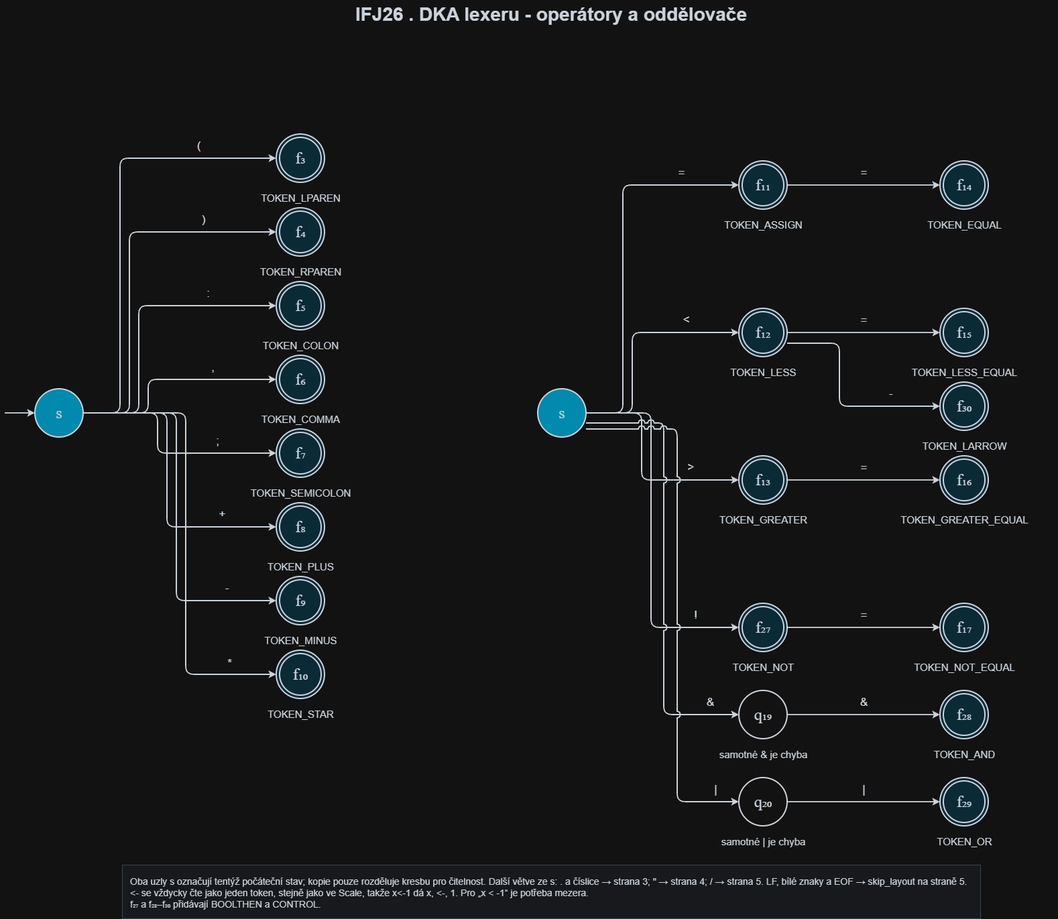
tadeas-z/ifj keeps this draw.io diagram as docs/documentation/lexer/IFJ26_DKA_lexer_2_operatory.png. Above is the earlier version. Source tidied: cells renumbered, new cells last; positions are measured from the earlier drawing's top-left corner, leaving out a move shared by most shapes.
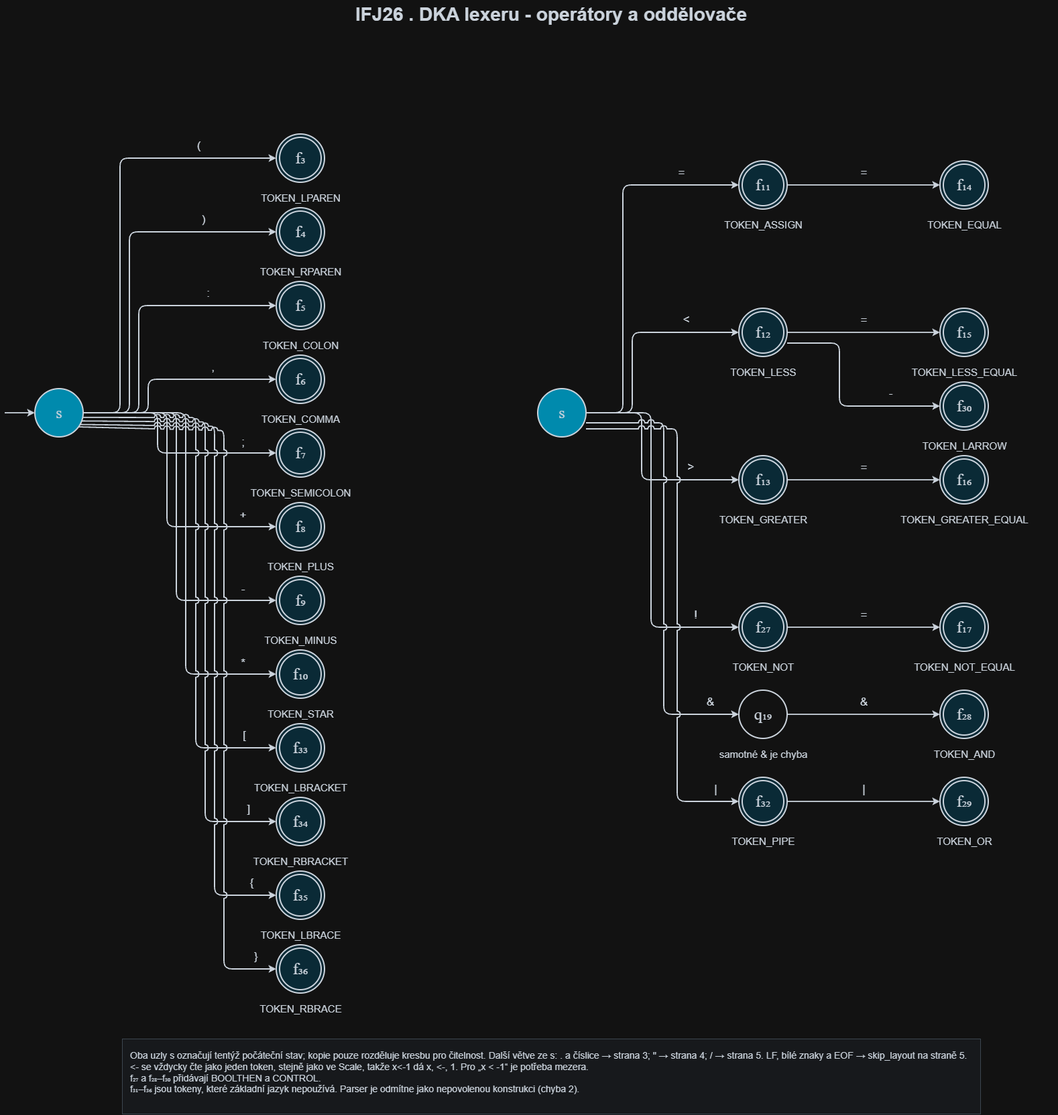
Later version of the same file.

Commit message:
fix(lexer): emit _ | [ ] { } as tokens for syntax error 2

Change to the diagram source:
```diff
@@ -80,12 +80,11 @@
       <mxGeometry x="345" y="722" width="192" height="48" as="geometry" />
     </mxCell>
     <mxCell id="19" value=";" style="endArrow=classic;endFill=1;html=1;rounded=1;strokeWidth=1.8;strokeColor=#17212b;fontColor=#17212b;fontFamily=Arial;fontSize=17;labelBackgroundColor=none;arcSize=24;edgeStyle=none;orthogonal=1;curved=0;align=center;verticalAlign=middle;labelBorderColor=none;whiteSpace=nowrap;spacing=2;labelWidth=65;overflow=visible;exitX=1;exitY=0.5;entryX=0;entryY=0.5;exitPerimeter=1;entryPerimeter=1;" parent="1" edge="1" source="3" target="17">
-      <mxGeometry x="0.49" relative="1" as="geometry">
+      <mxGeometry x="0.71" y="16" relative="1" as="geometry">
         <Array as="points">
           <mxPoint x="228" y="616" />
           <mxPoint x="228" y="676" />
         </Array>
-        <mxPoint y="-18" as="offset" />
       </mxGeometry>
     </mxCell>
     <mxCell id="20" value="f₈" style="ellipse;whiteSpace=wrap;html=1;fillColor=#ccf1ff;strokeColor=#17212b;strokeWidth=2;fontFamily=Times New Roman;fontSize=24;fontColor=#17212b;shape=doubleEllipse;overflow=hidden;align=center;verticalAlign=middle;spacing=4;" parent="1" vertex="1">
@@ -95,12 +94,11 @@
       <mxGeometry x="345" y="832" width="192" height="48" as="geometry" />
     </mxCell>
     <mxCell id="22" value="+" style="endArrow=classic;endFill=1;html=1;rounded=1;strokeWidth=1.8;strokeColor=#17212b;fontColor=#17212b;fontFamily=Arial;fontSize=17;labelBackgroundColor=none;arcSize=24;edgeStyle=none;orthogonal=1;curved=0;align=center;verticalAlign=middle;labelBorderColor=none;whiteSpace=nowrap;spacing=2;labelWidth=65;overflow=visible;exitX=1;exitY=0.5;entryX=0;entryY=0.5;exitPerimeter=1;entryPerimeter=1;" parent="1" edge="1" source="3" target="20">
-      <mxGeometry x="0.64" relative="1" as="geometry">
+      <mxGeometry x="0.78" y="16" relative="1" as="geometry">
         <Array as="points">
           <mxPoint x="242" y="616" />
           <mxPoint x="242" y="786" />
         </Array>
-        <mxPoint y="-18" as="offset" />
       </mxGeometry>
     </mxCell>
     <mxCell id="23" value="f₉" style="ellipse;whiteSpace=wrap;html=1;fillColor=#ccf1ff;strokeColor=#17212b;strokeWidth=2;fontFamily=Times New Roman;fontSize=24;fontColor=#17212b;shape=doubleEllipse;overflow=hidden;align=center;verticalAlign=middle;spacing=4;" parent="1" vertex="1">
@@ -110,12 +108,11 @@
       <mxGeometry x="345" y="942" width="192" height="48" as="geometry" />
     </mxCell>
     <mxCell id="25" value="-" style="endArrow=classic;endFill=1;html=1;rounded=1;strokeWidth=1.8;strokeColor=#17212b;fontColor=#17212b;fontFamily=Arial;fontSize=17;labelBackgroundColor=none;arcSize=24;edgeStyle=none;orthogonal=1;curved=0;align=center;verticalAlign=middle;labelBorderColor=none;whiteSpace=nowrap;spacing=2;labelWidth=65;overflow=visible;exitX=1;exitY=0.5;entryX=0;entryY=0.5;exitPerimeter=1;entryPerimeter=1;" parent="1" edge="1" source="3" target="23">
-      <mxGeometry x="0.74" relative="1" as="geometry">
+      <mxGeometry x="0.82" y="16" relative="1" as="geometry">
         <Array as="points">
           <mxPoint x="256" y="616" />
           <mxPoint x="256" y="896" />
         </Array>
-        <mxPoint y="-18" as="offset" />
       </mxGeometry>
     </mxCell>
     <mxCell id="26" value="f₁₀" style="ellipse;whiteSpace=wrap;html=1;fillColor=#ccf1ff;strokeColor=#17212b;strokeWidth=2;fontFamily=Times New Roman;fontSize=24;fontColor=#17212b;shape=doubleEllipse;overflow=hidden;align=center;verticalAlign=middle;spacing=4;" parent="1" vertex="1">
@@ -125,7 +122,7 @@
       <mxGeometry x="345" y="1052" width="192" height="48" as="geometry" />
     </mxCell>
     <mxCell id="28" value="*" style="endArrow=classic;endFill=1;html=1;rounded=1;strokeWidth=1.8;strokeColor=#17212b;fontColor=#17212b;fontFamily=Arial;fontSize=17;labelBackgroundColor=none;arcSize=24;edgeStyle=none;orthogonal=1;curved=0;align=center;verticalAlign=middle;labelBorderColor=none;whiteSpace=nowrap;spacing=2;labelWidth=65;overflow=visible;exitX=1;exitY=0.5;entryX=0;entryY=0.5;exitPerimeter=1;entryPerimeter=1;" parent="1" edge="1" source="3" target="26">
-      <mxGeometry x="0.79" y="16" relative="1" as="geometry">
+      <mxGeometry x="0.85" y="16" relative="1" as="geometry">
         <Array as="points">
           <mxPoint x="270" y="616" />
           <mxPoint x="270" y="1006" />
@@ -236,8 +233,8 @@
         <mxPoint y="-18" as="offset" />
       </mxGeometry>
     </mxCell>
-    <mxCell id="53" value="Oba uzly s označují tentýž počáteční stav; kopie pouze rozděluje kresbu pro čitelnost. Další větve ze s: . a číslice → strana 3; &amp;quot; → strana 4; / → strana 5. LF, bílé znaky a EOF → skip_layout na straně 5.&lt;br&gt;&amp;lt;- se vždycky čte jako jeden token, stejně jako ve Scale, takže x&amp;lt;-1 dá x, &amp;lt;-, 1. Pro „x &amp;lt; -1“ je potřeba mezera.&lt;br&gt;f₂₇ a f₂₈–f₃₀ přidávají BOOLTHEN a CONTROL." style="text;html=1;whiteSpace=wrap;align=left;verticalAlign=top;fontFamily=Arial;fontSize=14;fontColor=#17212b;fillColor=#f4f7fa;strokeColor=#bac6d0;spacing=12;overflow=hidden;" parent="1" vertex="1">
-      <mxGeometry x="175" y="1290" width="1280" height="80" as="geometry" />
+    <mxCell id="53" value="Oba uzly s označují tentýž počáteční stav; kopie pouze rozděluje kresbu pro čitelnost. Další větve ze s: . a číslice → strana 3; &amp;quot; → strana 4; / → strana 5. LF, bílé znaky a EOF → skip_layout na straně 5.&lt;br&gt;&amp;lt;- se vždycky čte jako jeden token, stejně jako ve Scale, takže x&amp;lt;-1 dá x, &amp;lt;-, 1. Pro „x &amp;lt; -1“ je potřeba mezera.&lt;br&gt;f₂₇ a f₂₈–f₃₀ přidávají BOOLTHEN a CONTROL.&lt;br&gt;f₃₁–f₃₆ jsou tokeny, které základní jazyk nepoužívá. Parser je odmítne jako nepovolenou konstrukci (chyba 2)." style="text;html=1;whiteSpace=wrap;align=left;verticalAlign=top;fontFamily=Arial;fontSize=14;fontColor=#17212b;fillColor=#f4f7fa;strokeColor=#bac6d0;spacing=12;overflow=hidden;" parent="1" vertex="1">
+      <mxGeometry x="175" y="1550" width="1280" height="112" as="geometry" />
     </mxCell>
     <mxCell id="54" value="s" style="ellipse;whiteSpace=wrap;html=1;fillColor=#00bfe8;strokeColor=#17212b;strokeWidth=2;fontFamily=Times New Roman;fontSize=24;fontColor=#17212b;overflow=hidden;align=center;verticalAlign=middle;spacing=4;" parent="1" vertex="1">
       <mxGeometry x="795" y="580" width="72" height="72" as="geometry" />
@@ -268,10 +265,10 @@
         <mxPoint y="-18" as="offset" />
       </mxGeometry>
     </mxCell>
-    <mxCell id="61" value="q₂₀" style="ellipse;whiteSpace=wrap;html=1;fillColor=#ffffff;strokeColor=#17212b;strokeWidth=2;fontFamily=Times New Roman;fontSize=24;fontColor=#17212b;overflow=hidden;align=center;verticalAlign=middle;spacing=4;" parent="1" vertex="1">
-      <mxGeometry x="1095" y="1160" width="72" height="72" as="geometry" />
-    </mxCell>
+    <mxCell id="70" value="f₃₂" style="ellipse;whiteSpace=wrap;html=1;fillColor=#ccf1ff;strokeColor=#17212b;strokeWidth=2;fontFamily=Times New Roman;fontSize=24;fontColor=#17212b;shape=doubleEllipse;overflow=hidden;align=center;verticalAlign=middle;spacing=4;" parent="1" vertex="1">
+      <mxGeometry x="1095" y="1160" width="72" height="72" as="geometry" />
+    </mxCell>
-    <mxCell id="62" value="samotné | je chyba" style="text;html=1;whiteSpace=nowrap;align=center;verticalAlign=top;fontFamily=Arial;fontSize=15;fontColor=#17212b;overflow=visible;spacing=0;" parent="1" vertex="1">
+    <mxCell id="62" value="TOKEN_PIPE" style="text;html=1;whiteSpace=nowrap;align=center;verticalAlign=top;fontFamily=Arial;fontSize=15;fontColor=#17212b;overflow=visible;spacing=0;" parent="1" vertex="1">
       <mxGeometry x="1035" y="1242" width="192" height="48" as="geometry" />
     </mxCell>
     <mxCell id="63" value="f₂₉" style="ellipse;whiteSpace=wrap;html=1;fillColor=#ccf1ff;strokeColor=#17212b;strokeWidth=2;fontFamily=Times New Roman;fontSize=24;fontColor=#17212b;shape=doubleEllipse;overflow=hidden;align=center;verticalAlign=middle;spacing=4;" parent="1" vertex="1">
@@ -280,7 +277,7 @@
     <mxCell id="64" value="TOKEN_OR" style="text;html=1;whiteSpace=nowrap;align=center;verticalAlign=top;fontFamily=Arial;fontSize=15;fontColor=#17212b;overflow=visible;spacing=0;" parent="1" vertex="1">
       <mxGeometry x="1335" y="1242" width="192" height="48" as="geometry" />
     </mxCell>
-    <mxCell id="65" value="|" style="endArrow=classic;endFill=1;html=1;rounded=1;strokeWidth=1.8;strokeColor=#17212b;fontColor=#17212b;fontFamily=Arial;fontSize=17;labelBackgroundColor=none;arcSize=24;edgeStyle=none;orthogonal=1;curved=0;align=center;verticalAlign=middle;labelBorderColor=none;whiteSpace=nowrap;spacing=2;labelWidth=65;overflow=visible;exitX=1;exitY=0.8333333333333334;entryX=0;entryY=0.5;exitPerimeter=0;entryPerimeter=1;jumpStyle=arc;jumpSize=8;" parent="1" edge="1" source="54" target="61">
+    <mxCell id="65" value="|" style="endArrow=classic;endFill=1;html=1;rounded=1;strokeWidth=1.8;strokeColor=#17212b;fontColor=#17212b;fontFamily=Arial;fontSize=17;labelBackgroundColor=none;arcSize=24;edgeStyle=none;orthogonal=1;curved=0;align=center;verticalAlign=middle;labelBorderColor=none;whiteSpace=nowrap;spacing=2;labelWidth=65;overflow=visible;exitX=1;exitY=0.8333333333333334;entryX=0;entryY=0.5;exitPerimeter=0;entryPerimeter=1;jumpStyle=arc;jumpSize=8;" parent="1" edge="1" source="54" target="70">
       <mxGeometry x="0.91" relative="1" as="geometry">
         <Array as="points">
           <mxPoint x="1003" y="640" />
@@ -289,7 +286,7 @@
         <mxPoint y="-18" as="offset" />
       </mxGeometry>
     </mxCell>
-    <mxCell id="66" value="|" style="endArrow=classic;endFill=1;html=1;rounded=1;strokeWidth=1.8;strokeColor=#17212b;fontColor=#17212b;fontFamily=Arial;fontSize=17;labelBackgroundColor=none;arcSize=24;edgeStyle=none;orthogonal=1;curved=0;align=center;verticalAlign=middle;labelBorderColor=none;whiteSpace=nowrap;spacing=2;labelWidth=65;overflow=visible;exitX=1;exitY=0.5;entryX=0;entryY=0.5;exitPerimeter=1;entryPerimeter=1;" parent="1" edge="1" source="61" target="63">
+    <mxCell id="66" value="|" style="endArrow=classic;endFill=1;html=1;rounded=1;strokeWidth=1.8;strokeColor=#17212b;fontColor=#17212b;fontFamily=Arial;fontSize=17;labelBackgroundColor=none;arcSize=24;edgeStyle=none;orthogonal=1;curved=0;align=center;verticalAlign=middle;labelBorderColor=none;whiteSpace=nowrap;spacing=2;labelWidth=65;overflow=visible;exitX=1;exitY=0.5;entryX=0;entryY=0.5;exitPerimeter=1;entryPerimeter=1;" parent="1" edge="1" source="70" target="63">
       <mxGeometry relative="1" as="geometry">
         <mxPoint y="-18" as="offset" />
       </mxGeometry>
@@ -309,5 +306,65 @@
         <mxPoint y="-18" as="offset" />
       </mxGeometry>
     </mxCell>
+    <mxCell id="71" value="f₃₃" style="ellipse;whiteSpace=wrap;html=1;fillColor=#ccf1ff;strokeColor=#17212b;strokeWidth=2;fontFamily=Times New Roman;fontSize=24;fontColor=#17212b;shape=doubleEllipse;overflow=hidden;align=center;verticalAlign=middle;spacing=4;" parent="1" vertex="1">
+      <mxGeometry x="405" y="1080" width="72" height="72" as="geometry" />
+    </mxCell>
+    <mxCell id="72" value="TOKEN_LBRACKET" style="text;html=1;whiteSpace=nowrap;align=center;verticalAlign=top;fontFamily=Arial;fontSize=15;fontColor=#17212b;overflow=visible;spacing=0;" parent="1" vertex="1">
+      <mxGeometry x="345" y="1162" width="192" height="48" as="geometry" />
+    </mxCell>
+    <mxCell id="73" value="[" style="endArrow=classic;endFill=1;html=1;rounded=1;strokeWidth=1.8;strokeColor=#17212b;fontColor=#17212b;fontFamily=Arial;fontSize=17;labelBackgroundColor=none;arcSize=24;edgeStyle=none;orthogonal=1;curved=0;align=center;verticalAlign=middle;labelBorderColor=none;whiteSpace=nowrap;spacing=2;labelWidth=65;overflow=visible;exitX=1;exitY=0.6;entryX=0;entryY=0.5;exitPerimeter=1;entryPerimeter=1;jumpStyle=arc;jumpSize=8;" parent="1" edge="1" source="3" target="71">
+      <mxGeometry x="0.88" relative="1" as="geometry">
+        <Array as="points">
+          <mxPoint x="285" y="623.2" />
+          <mxPoint x="285" y="1116" />
+        </Array>
+        <mxPoint y="-18" as="offset" />
+      </mxGeometry>
+    </mxCell>
+    <mxCell id="74" value="f₃₄" style="ellipse;whiteSpace=wrap;html=1;fillColor=#ccf1ff;strokeColor=#17212b;strokeWidth=2;fontFamily=Times New Roman;fontSize=24;fontColor=#17212b;shape=doubleEllipse;overflow=hidden;align=center;verticalAlign=middle;spacing=4;" parent="1" vertex="1">
+      <mxGeometry x="405" y="1190" width="72" height="72" as="geometry" />
+    </mxCell>
+    <mxCell id="75" value="TOKEN_RBRACKET" style="text;html=1;whiteSpace=nowrap;align=center;verticalAlign=top;fontFamily=Arial;fontSize=15;fontColor=#17212b;overflow=visible;spacing=0;" parent="1" vertex="1">
+      <mxGeometry x="345" y="1272" width="192" height="48" as="geometry" />
+    </mxCell>
+    <mxCell id="76" value="]" style="endArrow=classic;endFill=1;html=1;rounded=1;strokeWidth=1.8;strokeColor=#17212b;fontColor=#17212b;fontFamily=Arial;fontSize=17;labelBackgroundColor=none;arcSize=24;edgeStyle=none;orthogonal=1;curved=0;align=center;verticalAlign=middle;labelBorderColor=none;whiteSpace=nowrap;spacing=2;labelWidth=65;overflow=visible;exitX=1;exitY=0.69;entryX=0;entryY=0.5;exitPerimeter=1;entryPerimeter=1;jumpStyle=arc;jumpSize=8;" parent="1" edge="1" source="3" target="74">
+      <mxGeometry x="0.9" relative="1" as="geometry">
+        <Array as="points">
+          <mxPoint x="299" y="629.7" />
+          <mxPoint x="299" y="1226" />
+        </Array>
+        <mxPoint y="-18" as="offset" />
+      </mxGeometry>
+    </mxCell>
+    <mxCell id="77" value="f₃₅" style="ellipse;whiteSpace=wrap;html=1;fillColor=#ccf1ff;strokeColor=#17212b;strokeWidth=2;fontFamily=Times New Roman;fontSize=24;fontColor=#17212b;shape=doubleEllipse;overflow=hidden;align=center;verticalAlign=middle;spacing=4;" parent="1" vertex="1">
+      <mxGeometry x="405" y="1300" width="72" height="72" as="geometry" />
+    </mxCell>
+    <mxCell id="78" value="TOKEN_LBRACE" style="text;html=1;whiteSpace=nowrap;align=center;verticalAlign=top;fontFamily=Arial;fontSize=15;fontColor=#17212b;overflow=visible;spacing=0;" parent="1" vertex="1">
+      <mxGeometry x="345" y="1382" width="192" height="48" as="geometry" />
+    </mxCell>
+    <mxCell id="79" value="{" style="endArrow=classic;endFill=1;html=1;rounded=1;strokeWidth=1.8;strokeColor=#17212b;fontColor=#17212b;fontFamily=Arial;fontSize=17;labelBackgroundColor=none;arcSize=24;edgeStyle=none;orthogonal=1;curved=0;align=center;verticalAlign=middle;labelBorderColor=none;whiteSpace=nowrap;spacing=2;labelWidth=65;overflow=visible;exitX=1;exitY=0.78;entryX=0;entryY=0.5;exitPerimeter=1;entryPerimeter=1;jumpStyle=arc;jumpSize=8;" parent="1" edge="1" source="3" target="77">
+      <mxGeometry x="0.93" relative="1" as="geometry">
+        <Array as="points">
+          <mxPoint x="313" y="636.2" />
+          <mxPoint x="313" y="1336" />
+        </Array>
+        <mxPoint y="-18" as="offset" />
+      </mxGeometry>
+    </mxCell>
+    <mxCell id="80" value="f₃₆" style="ellipse;whiteSpace=wrap;html=1;fillColor=#ccf1ff;strokeColor=#17212b;strokeWidth=2;fontFamily=Times New Roman;fontSize=24;fontColor=#17212b;shape=doubleEllipse;overflow=hidden;align=center;verticalAlign=middle;spacing=4;" parent="1" vertex="1">
+      <mxGeometry x="405" y="1410" width="72" height="72" as="geometry" />
+    </mxCell>
+    <mxCell id="81" value="TOKEN_RBRACE" style="text;html=1;whiteSpace=nowrap;align=center;verticalAlign=top;fontFamily=Arial;fontSize=15;fontColor=#17212b;overflow=visible;spacing=0;" parent="1" vertex="1">
+      <mxGeometry x="345" y="1492" width="192" height="48" as="geometry" />
+    </mxCell>
+    <mxCell id="82" value="}" style="endArrow=classic;endFill=1;html=1;rounded=1;strokeWidth=1.8;strokeColor=#17212b;fontColor=#17212b;fontFamily=Arial;fontSize=17;labelBackgroundColor=none;arcSize=24;edgeStyle=none;orthogonal=1;curved=0;align=center;verticalAlign=middle;labelBorderColor=none;whiteSpace=nowrap;spacing=2;labelWidth=65;overflow=visible;exitX=1;exitY=0.87;entryX=0;entryY=0.5;exitPerimeter=1;entryPerimeter=1;jumpStyle=arc;jumpSize=8;" parent="1" edge="1" source="3" target="80">
+      <mxGeometry x="0.94" relative="1" as="geometry">
+        <Array as="points">
+          <mxPoint x="327" y="642.6" />
+          <mxPoint x="327" y="1446" />
+        </Array>
+        <mxPoint y="-18" as="offset" />
+      </mxGeometry>
+    </mxCell>
   </root>
 </mxGraphModel>
```
